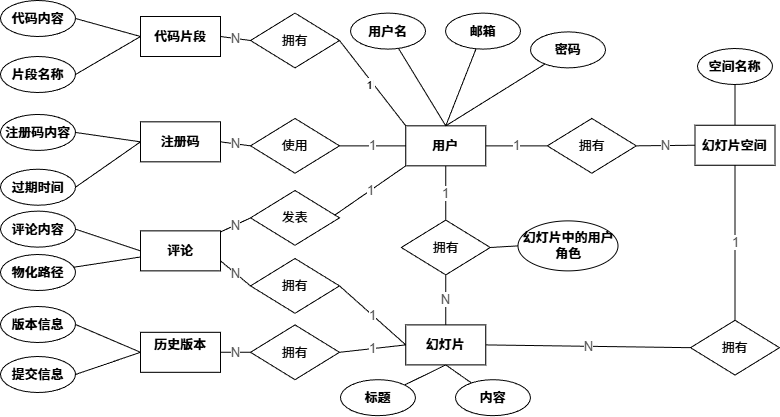
Earlier version of the draw.io export figures/drawio/核心实体关系图-v2.drawio.png (agiantii/appt-thesis). Source tidied: cells renumbered, new cells last; positions are measured from the earlier drawing's top-left corner, leaving out a move shared by most shapes. Source of this version:
```xml
<mxGraphModel>
  <root>
    <mxCell id="0" />
    <mxCell id="1" parent="0" />
    <mxCell id="2" value="注册码" style="rounded=0;whiteSpace=wrap;html=1;fontStyle=1;fontSize=13;align=center;verticalAlign=middle;" parent="1" vertex="1">
      <mxGeometry x="140" y="121.3" width="80" height="40" as="geometry" />
    </mxCell>
    <mxCell id="3" style="edgeStyle=none;html=1;endArrow=none;endFill=0;exitX=0.5;exitY=0;exitDx=0;exitDy=0;" parent="1" edge="1" source="4" target="33">
      <mxGeometry relative="1" as="geometry" />
    </mxCell>
    <mxCell id="4" value="用户" style="rounded=0;whiteSpace=wrap;html=1;fontStyle=1;fontSize=13;align=center;verticalAlign=middle;" parent="1" vertex="1">
      <mxGeometry x="405.3" y="125.3" width="80" height="40" as="geometry" />
    </mxCell>
    <mxCell id="5" value="幻灯片空间" style="rounded=0;whiteSpace=wrap;html=1;fontStyle=1;fontSize=13;align=center;verticalAlign=middle;" parent="1" vertex="1">
      <mxGeometry x="694.5" y="124.7" width="80" height="40" as="geometry" />
    </mxCell>
    <mxCell id="6" value="代码片段" style="rounded=0;whiteSpace=wrap;html=1;fontStyle=1;fontSize=13;align=center;verticalAlign=middle;" parent="1" vertex="1">
      <mxGeometry x="140" y="16" width="80" height="40" as="geometry" />
    </mxCell>
    <mxCell id="7" value="幻灯片" style="rounded=0;whiteSpace=wrap;html=1;fontStyle=1;fontSize=13;align=center;verticalAlign=middle;" parent="1" vertex="1">
      <mxGeometry x="405.3" y="324.4" width="80" height="40" as="geometry" />
    </mxCell>
    <mxCell id="8" value="评论" style="rounded=0;whiteSpace=wrap;html=1;fontStyle=1;fontSize=13;align=center;verticalAlign=middle;" parent="1" vertex="1">
      <mxGeometry x="140" y="230.4" width="80" height="40" as="geometry" />
    </mxCell>
    <mxCell id="9" value="历史版本&lt;div&gt;&lt;br&gt;&lt;/div&gt;" style="rounded=0;whiteSpace=wrap;html=1;fontStyle=1;fontSize=13;align=center;verticalAlign=middle;" parent="1" vertex="1">
      <mxGeometry x="140" y="331.8" width="80" height="40" as="geometry" />
    </mxCell>
    <mxCell id="10" value="使用" style="rhombus;whiteSpace=wrap;html=1;fontSize=13;fontStyle=0;align=center;verticalAlign=middle;" parent="1" vertex="1">
      <mxGeometry x="250" y="118" width="89" height="54.8" as="geometry" />
    </mxCell>
    <mxCell id="11" value="拥有" style="rhombus;whiteSpace=wrap;html=1;fontSize=13;fontStyle=0;align=center;verticalAlign=middle;" parent="1" vertex="1">
      <mxGeometry x="250" y="12.6" width="89" height="54.8" as="geometry" />
    </mxCell>
    <mxCell id="12" value="拥有" style="rhombus;whiteSpace=wrap;html=1;fontSize=13;fontStyle=0;align=center;verticalAlign=middle;" parent="1" vertex="1">
      <mxGeometry x="546.8" y="118" width="89" height="54.8" as="geometry" />
    </mxCell>
    <mxCell id="13" value="拥有" style="rhombus;whiteSpace=wrap;html=1;fontSize=13;fontStyle=0;align=center;verticalAlign=middle;" parent="1" vertex="1">
      <mxGeometry x="400.8" y="219.6" width="89" height="54.8" as="geometry" />
    </mxCell>
    <mxCell id="14" value="拥有" style="rhombus;whiteSpace=wrap;html=1;fontSize=13;fontStyle=0;align=center;verticalAlign=middle;rotation=0;" parent="1" vertex="1">
      <mxGeometry x="690" y="319.8" width="89" height="54.8" as="geometry" />
    </mxCell>
    <mxCell id="15" value="拥有" style="rhombus;whiteSpace=wrap;html=1;fontSize=13;fontStyle=0;align=center;verticalAlign=middle;" parent="1" vertex="1">
      <mxGeometry x="250" y="258" width="89" height="54.8" as="geometry" />
    </mxCell>
    <mxCell id="16" value="拥有" style="rhombus;whiteSpace=wrap;html=1;fontSize=13;fontStyle=0;align=center;verticalAlign=middle;" parent="1" vertex="1">
      <mxGeometry x="250" y="324.4" width="89" height="54.8" as="geometry" />
    </mxCell>
    <mxCell id="17" value="N" style="edgeStyle=none;rounded=0;jettySize=auto;html=1;endArrow=none;startArrow=none;exitX=0;exitY=0.5;exitDx=0;exitDy=0;entryX=1;entryY=0.5;entryDx=0;entryDy=0;fontSize=13;fontColor=#555555;" parent="1" edge="1" source="10" target="2">
      <mxGeometry relative="1" as="geometry" />
    </mxCell>
    <mxCell id="18" value="1" style="edgeStyle=none;rounded=0;jettySize=auto;html=1;endArrow=none;startArrow=none;exitX=1;exitY=0.5;exitDx=0;exitDy=0;entryX=0;entryY=0.5;entryDx=0;entryDy=0;fontSize=13;fontColor=#555555;" parent="1" edge="1" source="10" target="4">
      <mxGeometry relative="1" as="geometry" />
    </mxCell>
    <mxCell id="19" style="edgeStyle=none;rounded=0;jettySize=auto;html=1;endArrow=none;startArrow=none;exitX=1;exitY=0.5;exitDx=0;exitDy=0;fontSize=13;fontColor=#555555;entryX=0;entryY=0;entryDx=0;entryDy=0;" parent="1" edge="1" source="11" target="4">
      <mxGeometry x="1" y="55" relative="1" as="geometry">
        <mxPoint x="-50" y="50" as="offset" />
      </mxGeometry>
    </mxCell>
    <mxCell id="20" value="1" style="edgeLabel;html=1;align=center;verticalAlign=middle;" parent="19" vertex="1">
      <mxGeometry x="-0.01" y="-2" relative="1" as="geometry" />
    </mxCell>
    <mxCell id="21" value="1" style="edgeLabel;html=1;align=center;verticalAlign=middle;" parent="19" vertex="1">
      <mxGeometry x="-0.02" y="-4" relative="1" as="geometry" />
    </mxCell>
    <mxCell id="22" value="N" style="edgeStyle=none;rounded=0;jettySize=auto;html=1;endArrow=none;startArrow=none;exitX=0;exitY=0.5;exitDx=0;exitDy=0;entryX=1;entryY=0.5;entryDx=0;entryDy=0;fontSize=13;fontColor=#555555;" parent="1" edge="1" source="11" target="6">
      <mxGeometry relative="1" as="geometry" />
    </mxCell>
    <mxCell id="23" value="1" style="edgeStyle=none;rounded=0;jettySize=auto;html=1;endArrow=none;startArrow=none;exitX=0;exitY=0.5;exitDx=0;exitDy=0;entryX=1;entryY=0.5;entryDx=0;entryDy=0;fontSize=13;fontColor=#555555;" parent="1" edge="1" source="12" target="4">
      <mxGeometry relative="1" as="geometry" />
    </mxCell>
    <mxCell id="24" value="N" style="edgeStyle=none;rounded=0;jettySize=auto;html=1;endArrow=none;startArrow=none;exitX=1;exitY=0.5;exitDx=0;exitDy=0;entryX=0;entryY=0.5;entryDx=0;entryDy=0;fontSize=13;fontColor=#555555;" parent="1" edge="1" source="12" target="5">
      <mxGeometry relative="1" as="geometry" />
    </mxCell>
    <mxCell id="25" value="1" style="edgeStyle=none;rounded=0;jettySize=auto;html=1;endArrow=none;startArrow=none;exitX=0.5;exitY=0;exitDx=0;exitDy=0;entryX=0.5;entryY=1;entryDx=0;entryDy=0;fontSize=13;fontColor=#555555;" parent="1" edge="1" source="13" target="4">
      <mxGeometry relative="1" as="geometry" />
    </mxCell>
    <mxCell id="26" value="N" style="edgeStyle=none;rounded=0;jettySize=auto;html=1;endArrow=none;startArrow=none;exitX=0.5;exitY=1;exitDx=0;exitDy=0;entryX=0.5;entryY=0;entryDx=0;entryDy=0;fontSize=13;fontColor=#555555;" parent="1" edge="1" source="13" target="7">
      <mxGeometry relative="1" as="geometry" />
    </mxCell>
    <mxCell id="27" value="1" style="edgeStyle=none;rounded=0;jettySize=auto;html=1;endArrow=none;startArrow=none;entryX=0.5;entryY=1;entryDx=0;entryDy=0;fontSize=13;fontColor=#555555;exitX=0.5;exitY=0;exitDx=0;exitDy=0;" parent="1" edge="1" source="14" target="5">
      <mxGeometry relative="1" as="geometry" />
    </mxCell>
    <mxCell id="28" value="N" style="edgeStyle=none;rounded=0;jettySize=auto;html=1;endArrow=none;startArrow=none;exitX=0;exitY=0.5;exitDx=0;exitDy=0;entryX=1;entryY=0.5;entryDx=0;entryDy=0;fontSize=13;fontColor=#555555;" parent="1" edge="1" source="14" target="7">
      <mxGeometry relative="1" as="geometry" />
    </mxCell>
    <mxCell id="29" value="1" style="edgeStyle=none;rounded=0;jettySize=auto;html=1;endArrow=none;startArrow=none;entryX=0;entryY=0.5;entryDx=0;entryDy=0;fontSize=13;fontColor=#555555;exitX=1;exitY=0.5;exitDx=0;exitDy=0;" parent="1" edge="1" source="15" target="7">
      <mxGeometry relative="1" as="geometry" />
    </mxCell>
    <mxCell id="30" value="N" style="edgeStyle=none;rounded=0;jettySize=auto;html=1;endArrow=none;startArrow=none;fontSize=13;fontColor=#555555;entryX=1;entryY=0.75;entryDx=0;entryDy=0;exitX=0;exitY=0.5;exitDx=0;exitDy=0;" parent="1" edge="1" source="15" target="8">
      <mxGeometry relative="1" as="geometry" />
    </mxCell>
    <mxCell id="31" value="1" style="edgeStyle=none;rounded=0;jettySize=auto;html=1;endArrow=none;startArrow=none;exitX=1;exitY=0.5;exitDx=0;exitDy=0;entryX=0;entryY=0.5;entryDx=0;entryDy=0;fontSize=13;fontColor=#555555;" parent="1" edge="1" source="16" target="7">
      <mxGeometry relative="1" as="geometry" />
    </mxCell>
    <mxCell id="32" value="N" style="edgeStyle=none;rounded=0;jettySize=auto;html=1;endArrow=none;startArrow=none;exitX=0;exitY=0.5;exitDx=0;exitDy=0;entryX=1;entryY=0.5;entryDx=0;entryDy=0;fontSize=13;fontColor=#555555;" parent="1" edge="1" source="16" target="9">
      <mxGeometry relative="1" as="geometry" />
    </mxCell>
    <mxCell id="33" value="用户名" style="ellipse;whiteSpace=wrap;html=1;fontSize=13;rounded=0;fontStyle=1;" parent="1" vertex="1">
      <mxGeometry x="350" y="12.6" width="75" height="36" as="geometry" />
    </mxCell>
    <mxCell id="34" style="edgeStyle=none;html=1;endArrow=none;endFill=0;exitX=0.5;exitY=0;exitDx=0;exitDy=0;" parent="1" edge="1" source="4" target="35">
      <mxGeometry relative="1" as="geometry" />
    </mxCell>
    <mxCell id="35" value="邮箱" style="ellipse;whiteSpace=wrap;html=1;fontSize=13;rounded=0;fontStyle=1;" parent="1" vertex="1">
      <mxGeometry x="445" y="12.6" width="75" height="36" as="geometry" />
    </mxCell>
    <mxCell id="36" value="密码" style="ellipse;whiteSpace=wrap;html=1;fontSize=13;rounded=0;fontStyle=1;" parent="1" vertex="1">
      <mxGeometry x="530" y="31.4" width="75" height="36" as="geometry" />
    </mxCell>
    <mxCell id="37" style="edgeStyle=none;html=1;endArrow=none;endFill=0;exitX=0.5;exitY=0;exitDx=0;exitDy=0;" parent="1" edge="1" source="4" target="36">
      <mxGeometry relative="1" as="geometry" />
    </mxCell>
    <mxCell id="38" value="代码内容" style="ellipse;whiteSpace=wrap;html=1;fontSize=13;rounded=0;fontStyle=1;" parent="1" vertex="1">
      <mxGeometry width="75" height="36" as="geometry" />
    </mxCell>
    <mxCell id="39" value="片段名称" style="ellipse;whiteSpace=wrap;html=1;fontSize=13;rounded=0;fontStyle=1;" parent="1" vertex="1">
      <mxGeometry y="56" width="75" height="36" as="geometry" />
    </mxCell>
    <mxCell id="40" style="edgeStyle=none;html=1;endArrow=none;endFill=0;entryX=1;entryY=0.5;entryDx=0;entryDy=0;exitX=0;exitY=0.5;exitDx=0;exitDy=0;" parent="1" edge="1" source="6" target="38">
      <mxGeometry relative="1" as="geometry" />
    </mxCell>
    <mxCell id="41" style="edgeStyle=none;html=1;endArrow=none;endFill=0;entryX=1;entryY=0.5;entryDx=0;entryDy=0;exitX=0;exitY=0.5;exitDx=0;exitDy=0;" parent="1" edge="1" source="6" target="39">
      <mxGeometry relative="1" as="geometry" />
    </mxCell>
    <mxCell id="42" value="注册码内容" style="ellipse;whiteSpace=wrap;html=1;fontSize=13;rounded=0;fontStyle=1;" parent="1" vertex="1">
      <mxGeometry y="114" width="75" height="36" as="geometry" />
    </mxCell>
    <mxCell id="43" value="过期时间" style="ellipse;whiteSpace=wrap;html=1;fontSize=13;rounded=0;fontStyle=1;" parent="1" vertex="1">
      <mxGeometry y="168.7" width="75" height="36" as="geometry" />
    </mxCell>
    <mxCell id="44" style="edgeStyle=none;html=1;endArrow=none;endFill=0;entryX=1;entryY=0.5;entryDx=0;entryDy=0;exitX=0;exitY=0.5;exitDx=0;exitDy=0;" parent="1" edge="1" source="2" target="42">
      <mxGeometry relative="1" as="geometry" />
    </mxCell>
    <mxCell id="45" style="edgeStyle=none;html=1;endArrow=none;endFill=0;entryX=1;entryY=0.5;entryDx=0;entryDy=0;exitX=0;exitY=0.5;exitDx=0;exitDy=0;" parent="1" edge="1" source="2" target="43">
      <mxGeometry relative="1" as="geometry" />
    </mxCell>
    <mxCell id="46" value="版本信息" style="ellipse;whiteSpace=wrap;html=1;fontSize=13;rounded=0;fontStyle=1;" parent="1" vertex="1">
      <mxGeometry y="306" width="75" height="36" as="geometry" />
    </mxCell>
    <mxCell id="47" value="提交信息" style="ellipse;whiteSpace=wrap;html=1;fontSize=13;rounded=0;fontStyle=1;" parent="1" vertex="1">
      <mxGeometry y="356" width="75" height="36" as="geometry" />
    </mxCell>
    <mxCell id="48" style="edgeStyle=none;html=1;endArrow=none;endFill=0;entryX=1;entryY=0.5;entryDx=0;entryDy=0;exitX=0;exitY=0.5;exitDx=0;exitDy=0;" parent="1" edge="1" source="9" target="46">
      <mxGeometry relative="1" as="geometry" />
    </mxCell>
    <mxCell id="49" style="edgeStyle=none;html=1;endArrow=none;endFill=0;entryX=1;entryY=0.5;entryDx=0;entryDy=0;exitX=0;exitY=0.5;exitDx=0;exitDy=0;" parent="1" edge="1" source="9" target="47">
      <mxGeometry relative="1" as="geometry" />
    </mxCell>
    <mxCell id="50" value="空间名称" style="ellipse;whiteSpace=wrap;html=1;fontSize=13;rounded=0;fontStyle=1;" parent="1" vertex="1">
      <mxGeometry x="697" y="48" width="75" height="36" as="geometry" />
    </mxCell>
    <mxCell id="51" style="edgeStyle=none;html=1;endArrow=none;endFill=0;entryX=0.5;entryY=1;entryDx=0;entryDy=0;" parent="1" edge="1" source="5" target="50">
      <mxGeometry relative="1" as="geometry" />
    </mxCell>
    <mxCell id="52" value="评论内容" style="ellipse;whiteSpace=wrap;html=1;fontSize=13;rounded=0;fontStyle=1;" parent="1" vertex="1">
      <mxGeometry y="210.6" width="75" height="36" as="geometry" />
    </mxCell>
    <mxCell id="53" style="edgeStyle=none;html=1;endArrow=none;endFill=0;entryX=1;entryY=0.5;entryDx=0;entryDy=0;exitX=0;exitY=0.5;exitDx=0;exitDy=0;" parent="1" edge="1" source="8" target="52">
      <mxGeometry relative="1" as="geometry" />
    </mxCell>
    <mxCell id="54" value="物化路径" style="ellipse;whiteSpace=wrap;html=1;fontSize=13;rounded=0;fontStyle=1;" parent="1" vertex="1">
      <mxGeometry y="254" width="75" height="36" as="geometry" />
    </mxCell>
    <mxCell id="55" style="edgeStyle=none;html=1;endArrow=none;endFill=0;" parent="1" edge="1" source="8" target="54">
      <mxGeometry relative="1" as="geometry" />
    </mxCell>
    <mxCell id="56" value="标题" style="ellipse;whiteSpace=wrap;html=1;fontSize=13;rounded=0;fontStyle=1;" parent="1" vertex="1">
      <mxGeometry x="340" y="379.2" width="75" height="36" as="geometry" />
    </mxCell>
    <mxCell id="57" value="内容" style="ellipse;whiteSpace=wrap;html=1;fontSize=13;rounded=0;fontStyle=1;" parent="1" vertex="1">
      <mxGeometry x="455" y="379.2" width="75" height="36" as="geometry" />
    </mxCell>
    <mxCell id="58" style="edgeStyle=none;html=1;endArrow=none;endFill=0;entryX=0.5;entryY=1;entryDx=0;entryDy=0;" parent="1" edge="1" source="56" target="7">
      <mxGeometry relative="1" as="geometry" />
    </mxCell>
    <mxCell id="59" style="edgeStyle=none;html=1;endArrow=none;endFill=0;entryX=0.5;entryY=1;entryDx=0;entryDy=0;" parent="1" edge="1" source="57" target="7">
      <mxGeometry relative="1" as="geometry" />
    </mxCell>
    <mxCell id="60" value="发表" style="rhombus;whiteSpace=wrap;html=1;fontSize=13;fontStyle=0;align=center;verticalAlign=middle;rotation=0;" parent="1" vertex="1">
      <mxGeometry x="250" y="190" width="89" height="54.8" as="geometry" />
    </mxCell>
    <mxCell id="61" value="1" style="edgeStyle=none;rounded=0;jettySize=auto;html=1;endArrow=none;startArrow=none;fontSize=13;fontColor=#555555;entryX=0;entryY=1;entryDx=0;entryDy=0;exitX=0.946;exitY=0.45;exitDx=0;exitDy=0;exitPerimeter=0;" parent="1" edge="1" source="60" target="4">
      <mxGeometry relative="1" as="geometry" />
    </mxCell>
    <mxCell id="62" value="N" style="edgeStyle=none;rounded=0;jettySize=auto;html=1;endArrow=none;startArrow=none;exitX=0;exitY=0.5;exitDx=0;exitDy=0;fontSize=13;fontColor=#555555;" parent="1" edge="1" source="60" target="8">
      <mxGeometry relative="1" as="geometry" />
    </mxCell>
    <mxCell id="63" value="幻灯片中的用户角色" style="ellipse;whiteSpace=wrap;html=1;fontSize=13;rounded=0;fontStyle=1;" parent="1" vertex="1">
      <mxGeometry x="517.5" y="220.4" width="100" height="50" as="geometry" />
    </mxCell>
    <mxCell id="64" style="edgeStyle=none;rounded=0;jettySize=auto;html=1;endArrow=none;startArrow=none;exitX=0;exitY=0.5;exitDx=0;exitDy=0;entryX=1;entryY=0.5;entryDx=0;entryDy=0;fontSize=13;fontColor=#555555;" parent="1" edge="1" source="63" target="13">
      <mxGeometry relative="1" as="geometry" />
    </mxCell>
  </root>
</mxGraphModel>
```
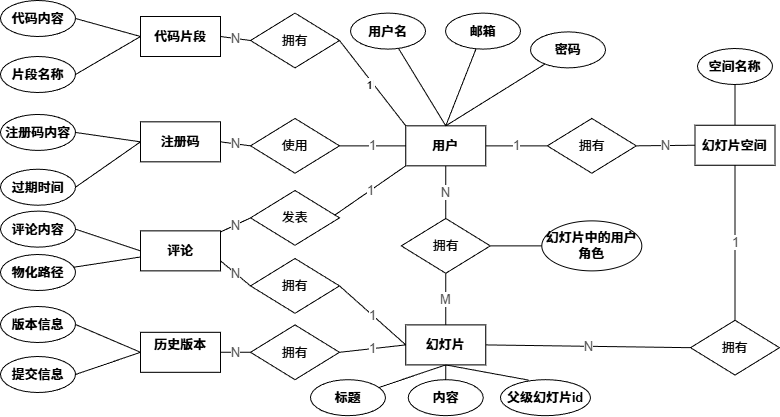
The same file after the commit.

Commit message:
thesis: 修改数据库ER图

Diff of the diagram source:
```diff
@@ -36,7 +36,7 @@
       <mxGeometry x="546.8" y="118" width="89" height="54.8" as="geometry" />
     </mxCell>
     <mxCell id="13" value="拥有" style="rhombus;whiteSpace=wrap;html=1;fontSize=13;fontStyle=0;align=center;verticalAlign=middle;" parent="1" vertex="1">
-      <mxGeometry x="400.8" y="219.6" width="89" height="54.8" as="geometry" />
+      <mxGeometry x="400.8" y="218" width="89" height="54.8" as="geometry" />
     </mxCell>
     <mxCell id="14" value="拥有" style="rhombus;whiteSpace=wrap;html=1;fontSize=13;fontStyle=0;align=center;verticalAlign=middle;rotation=0;" parent="1" vertex="1">
       <mxGeometry x="690" y="319.8" width="89" height="54.8" as="geometry" />
@@ -73,10 +73,10 @@
     <mxCell id="24" value="N" style="edgeStyle=none;rounded=0;jettySize=auto;html=1;endArrow=none;startArrow=none;exitX=1;exitY=0.5;exitDx=0;exitDy=0;entryX=0;entryY=0.5;entryDx=0;entryDy=0;fontSize=13;fontColor=#555555;" parent="1" edge="1" source="12" target="5">
       <mxGeometry relative="1" as="geometry" />
     </mxCell>
-    <mxCell id="25" value="1" style="edgeStyle=none;rounded=0;jettySize=auto;html=1;endArrow=none;startArrow=none;exitX=0.5;exitY=0;exitDx=0;exitDy=0;entryX=0.5;entryY=1;entryDx=0;entryDy=0;fontSize=13;fontColor=#555555;" parent="1" edge="1" source="13" target="4">
+    <mxCell id="25" value="N" style="edgeStyle=none;rounded=0;jettySize=auto;html=1;endArrow=none;startArrow=none;exitX=0.5;exitY=0;exitDx=0;exitDy=0;entryX=0.5;entryY=1;entryDx=0;entryDy=0;fontSize=13;fontColor=#555555;" parent="1" edge="1" source="13" target="4">
       <mxGeometry relative="1" as="geometry" />
     </mxCell>
-    <mxCell id="26" value="N" style="edgeStyle=none;rounded=0;jettySize=auto;html=1;endArrow=none;startArrow=none;exitX=0.5;exitY=1;exitDx=0;exitDy=0;entryX=0.5;entryY=0;entryDx=0;entryDy=0;fontSize=13;fontColor=#555555;" parent="1" edge="1" source="13" target="7">
+    <mxCell id="26" value="M" style="edgeStyle=none;rounded=0;jettySize=auto;html=1;endArrow=none;startArrow=none;exitX=0.5;exitY=1;exitDx=0;exitDy=0;entryX=0.5;entryY=0;entryDx=0;entryDy=0;fontSize=13;fontColor=#555555;" parent="1" edge="1" source="13" target="7">
       <mxGeometry relative="1" as="geometry" />
     </mxCell>
     <mxCell id="27" value="1" style="edgeStyle=none;rounded=0;jettySize=auto;html=1;endArrow=none;startArrow=none;entryX=0.5;entryY=1;entryDx=0;entryDy=0;fontSize=13;fontColor=#555555;exitX=0.5;exitY=0;exitDx=0;exitDy=0;" parent="1" edge="1" source="14" target="5">
@@ -167,10 +167,10 @@
       <mxGeometry relative="1" as="geometry" />
     </mxCell>
     <mxCell id="56" value="标题" style="ellipse;whiteSpace=wrap;html=1;fontSize=13;rounded=0;fontStyle=1;" parent="1" vertex="1">
-      <mxGeometry x="340" y="379.2" width="75" height="36" as="geometry" />
+      <mxGeometry x="310" y="379.2" width="75" height="36" as="geometry" />
     </mxCell>
     <mxCell id="57" value="内容" style="ellipse;whiteSpace=wrap;html=1;fontSize=13;rounded=0;fontStyle=1;" parent="1" vertex="1">
-      <mxGeometry x="455" y="379.2" width="75" height="36" as="geometry" />
+      <mxGeometry x="407.8" y="379.2" width="75" height="36" as="geometry" />
     </mxCell>
     <mxCell id="58" style="edgeStyle=none;html=1;endArrow=none;endFill=0;entryX=0.5;entryY=1;entryDx=0;entryDy=0;" parent="1" edge="1" source="56" target="7">
       <mxGeometry relative="1" as="geometry" />
@@ -188,10 +188,16 @@
       <mxGeometry relative="1" as="geometry" />
     </mxCell>
     <mxCell id="63" value="幻灯片中的用户角色" style="ellipse;whiteSpace=wrap;html=1;fontSize=13;rounded=0;fontStyle=1;" parent="1" vertex="1">
-      <mxGeometry x="517.5" y="220.4" width="100" height="50" as="geometry" />
+      <mxGeometry x="541.3" y="220.4" width="100" height="50" as="geometry" />
     </mxCell>
     <mxCell id="64" style="edgeStyle=none;rounded=0;jettySize=auto;html=1;endArrow=none;startArrow=none;exitX=0;exitY=0.5;exitDx=0;exitDy=0;entryX=1;entryY=0.5;entryDx=0;entryDy=0;fontSize=13;fontColor=#555555;" parent="1" edge="1" source="63" target="13">
       <mxGeometry relative="1" as="geometry" />
     </mxCell>
+    <mxCell id="65" value="父级幻灯片id" style="ellipse;whiteSpace=wrap;html=1;fontSize=13;rounded=0;fontStyle=1;" parent="1" vertex="1">
+      <mxGeometry x="500" y="379.2" width="90" height="36" as="geometry" />
+    </mxCell>
+    <mxCell id="66" style="edgeStyle=none;html=1;endArrow=none;endFill=0;exitX=0.31;exitY=0.011;exitDx=0;exitDy=0;exitPerimeter=0;entryX=0.5;entryY=1;entryDx=0;entryDy=0;" parent="1" edge="1" source="65" target="7">
+      <mxGeometry relative="1" as="geometry" />
+    </mxCell>
   </root>
 </mxGraphModel>
```
